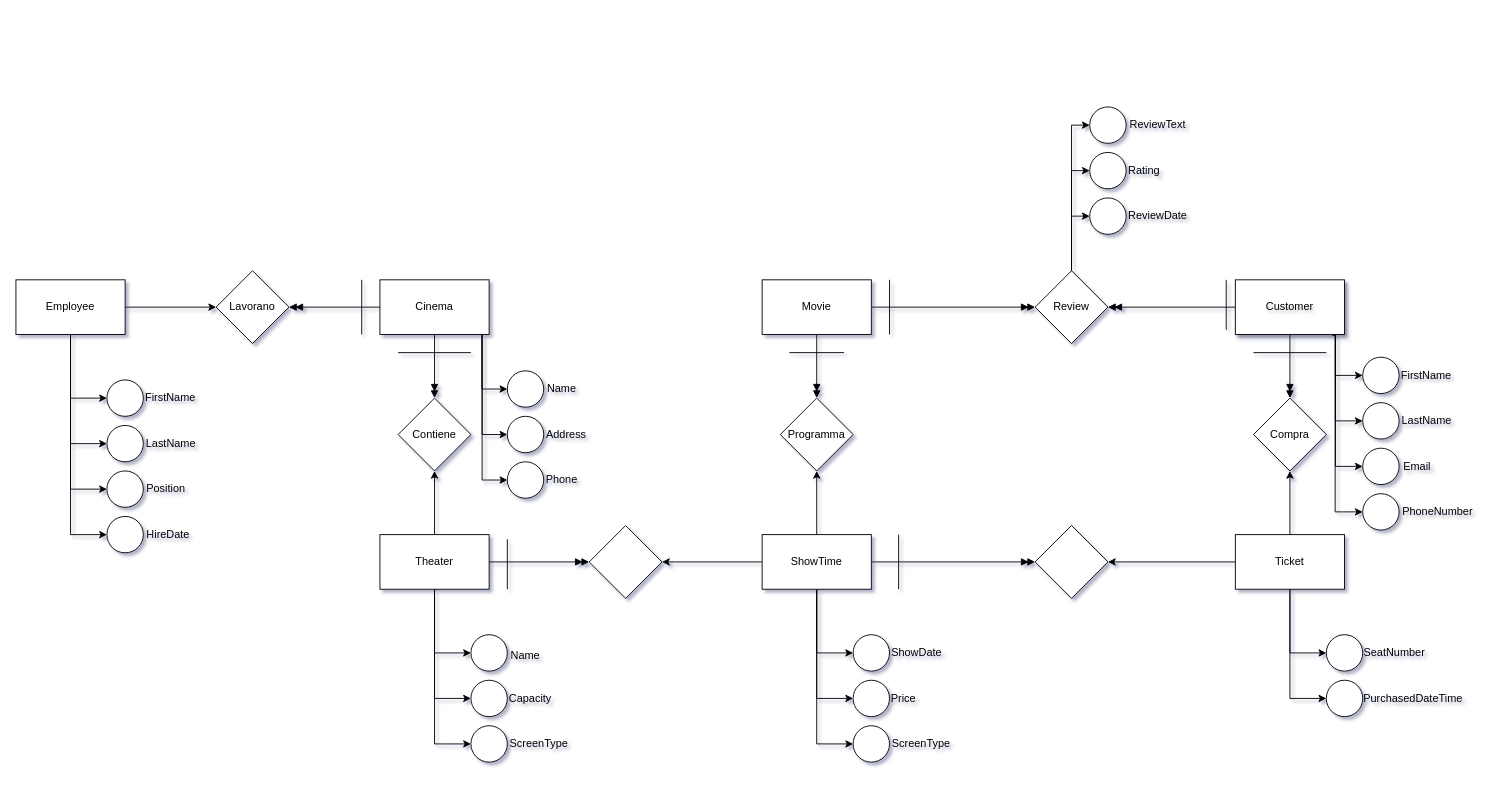
Earlier version of the draw.io diagram Diagramma Task Cinema.drawio (Duplo96/TaskCinema). Source tidied: cells renumbered, new cells numbered last; positions are measured from the earlier drawing's top-left corner, leaving out a move shared by most shapes. Both pictures are drawn from the tidied source at 91%, with x=0, y=0 at pixel (15, 106).
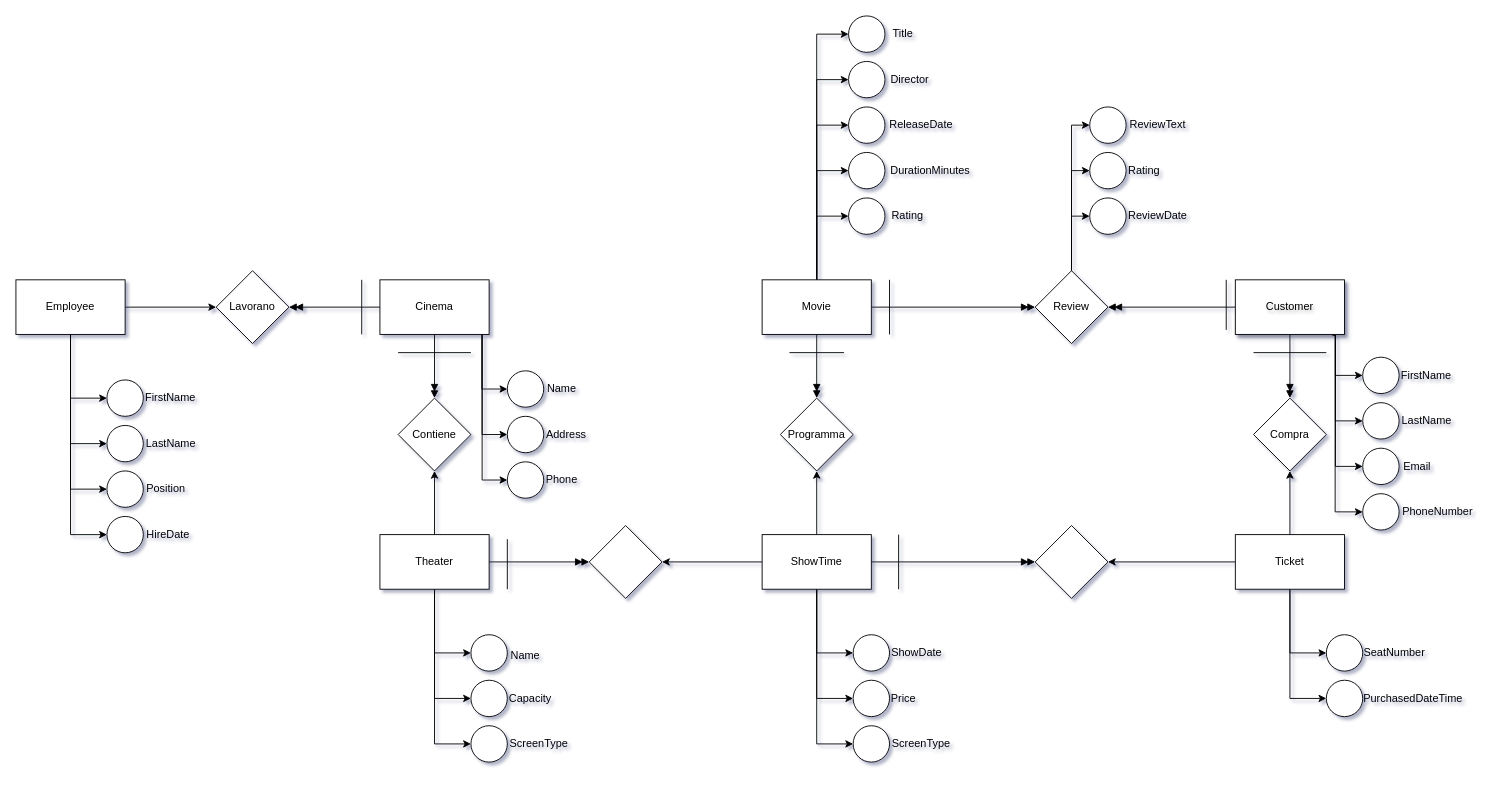
The same diagram, later.

Unchanged cells that the change refers to:
```xml
<mxCell id="16" value="Movie" style="rounded=0;whiteSpace=wrap;html=1;" parent="1" vertex="1">
  <mxGeometry x="820" y="190" width="120" height="60" as="geometry" />
</mxCell>
```

What changed in the source:
```diff
@@
+    <mxCell id="108" style="edgeStyle=orthogonalEdgeStyle;rounded=0;jettySize=auto;html=1;entryX=0;entryY=0.5;entryDx=0;entryDy=0;" parent="1" edge="1" source="16" target="115">
+      <mxGeometry relative="1" as="geometry" />
+    </mxCell>
+    <mxCell id="109" style="edgeStyle=orthogonalEdgeStyle;rounded=0;jettySize=auto;html=1;entryX=0;entryY=0.5;entryDx=0;entryDy=0;" parent="1" edge="1" source="16" target="113">
+      <mxGeometry relative="1" as="geometry" />
+    </mxCell>
+    <mxCell id="110" style="edgeStyle=orthogonalEdgeStyle;rounded=0;jettySize=auto;html=1;entryX=0;entryY=0.5;entryDx=0;entryDy=0;" parent="1" edge="1" source="16" target="114">
+      <mxGeometry relative="1" as="geometry" />
+    </mxCell>
+    <mxCell id="111" style="edgeStyle=orthogonalEdgeStyle;rounded=0;jettySize=auto;html=1;entryX=0;entryY=0.5;entryDx=0;entryDy=0;" parent="1" edge="1" source="16" target="118">
+      <mxGeometry relative="1" as="geometry" />
+    </mxCell>
+    <mxCell id="112" style="edgeStyle=orthogonalEdgeStyle;rounded=0;jettySize=auto;html=1;entryX=0;entryY=0.5;entryDx=0;entryDy=0;" parent="1" edge="1" source="16" target="121">
+      <mxGeometry relative="1" as="geometry" />
+    </mxCell>
@@
+    <mxCell id="113" style="ellipse;whiteSpace=wrap;html=1;" parent="1" vertex="1">
+      <mxGeometry x="915" y="50" width="40" height="40" as="geometry" />
+    </mxCell>
+    <mxCell id="114" style="ellipse;whiteSpace=wrap;html=1;" parent="1" vertex="1">
+      <mxGeometry x="915" width="40" height="40" as="geometry" />
+    </mxCell>
+    <mxCell id="115" style="ellipse;whiteSpace=wrap;html=1;" parent="1" vertex="1">
+      <mxGeometry x="915" y="100" width="40" height="40" as="geometry" />
+    </mxCell>
+    <mxCell id="116" value="Rating" style="text;html=1;align=center;verticalAlign=middle;whiteSpace=wrap;rounded=0;" parent="1" vertex="1">
+      <mxGeometry x="935" y="105" width="90" height="30" as="geometry" />
+    </mxCell>
+    <mxCell id="117" value="DurationMinutes" style="text;html=1;align=center;verticalAlign=middle;whiteSpace=wrap;rounded=0;" parent="1" vertex="1">
+      <mxGeometry x="975" y="55" width="60" height="30" as="geometry" />
+    </mxCell>
+    <mxCell id="118" style="ellipse;whiteSpace=wrap;html=1;" parent="1" vertex="1">
+      <mxGeometry x="915" y="-50" width="40" height="40" as="geometry" />
+    </mxCell>
+    <mxCell id="119" value="ReleaseDate" style="text;html=1;align=center;verticalAlign=middle;whiteSpace=wrap;rounded=0;" parent="1" vertex="1">
+      <mxGeometry x="965" y="5" width="60" height="30" as="geometry" />
+    </mxCell>
+    <mxCell id="120" value="Director" style="text;html=1;align=center;verticalAlign=middle;whiteSpace=wrap;rounded=0;" parent="1" vertex="1">
+      <mxGeometry x="940" y="-45" width="85" height="30" as="geometry" />
+    </mxCell>
+    <mxCell id="121" style="ellipse;whiteSpace=wrap;html=1;" parent="1" vertex="1">
+      <mxGeometry x="915" y="-100" width="40" height="40" as="geometry" />
+    </mxCell>
+    <mxCell id="122" value="Title" style="text;html=1;align=center;verticalAlign=middle;whiteSpace=wrap;rounded=0;" parent="1" vertex="1">
+      <mxGeometry x="935" y="-95" width="80" height="30" as="geometry" />
+    </mxCell>
```
